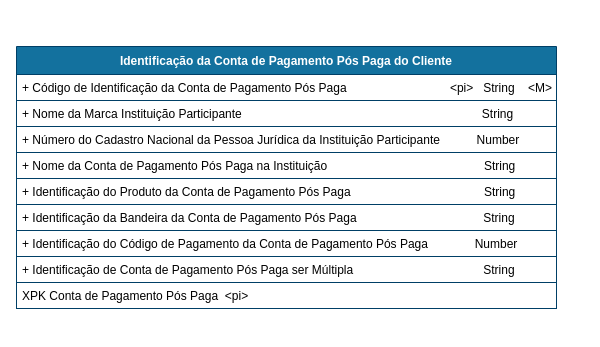
Before: draw_io_diagrams/credit_cards/DER_CreditCardAccount_Identification.drawio in OpenBanking-Brasil/areadesenvolvedor, a draw.io diagram. Source tidied: cells renumbered, new cells numbered last; positions are measured from the earlier drawing's top-left corner, leaving out a move shared by most shapes. Both pictures are drawn from the tidied source at 100%, with x=0, y=0 at pixel (16, 46).
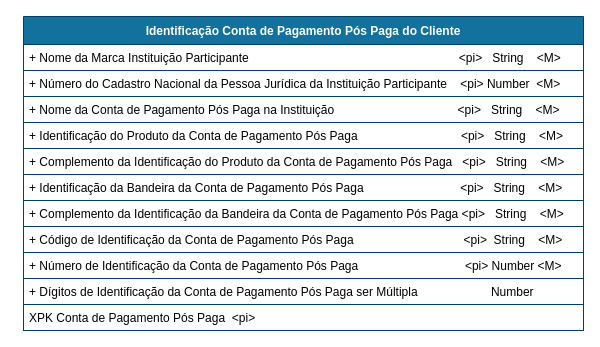
Above is the later version.

The edit, as a diff of the source:
```diff
@@
 <mxGraphModel>
   <root>
     <mxCell id="0" />
     <mxCell id="1" parent="0" />
-    <mxCell id="2" value="Identificação da Conta de Pagamento Pós Paga do Cliente" style="swimlane;fontStyle=1;horizontal=1;startSize=28;rounded=0;shadow=0;comic=0;sketch=0;align=center;html=0;fillColor=#13719E;strokeColor=#003F66;fontColor=#FFFFFF;" parent="1" vertex="1">
-      <mxGeometry width="540" height="262" as="geometry" />
-    </mxCell>
-    <mxCell id="3" value="+ Código de Identificação da Conta de Pagamento Pós Paga                               &lt;pi&gt;   String    &lt;M&gt;" style="text;fillColor=none;align=left;verticalAlign=top;spacingLeft=4;spacingRight=4;overflow=hidden;strokeColor=#003F66;" parent="2" vertex="1">
-      <mxGeometry y="28" width="540" height="26" as="geometry" />
-    </mxCell>
+    <mxCell id="12" value="Identificação Conta de Pagamento Pós Paga do Cliente" style="swimlane;fontStyle=1;horizontal=1;startSize=28;rounded=0;shadow=0;comic=0;sketch=0;align=center;html=0;fillColor=#13719E;strokeColor=#003F66;fontColor=#FFFFFF;" parent="1" vertex="1">
+      <mxGeometry x="7" y="-30" width="560" height="314" as="geometry" />
+    </mxCell>
-    <mxCell id="4" value="+ Nome da Marca Instituição Participante                                                                        String    " style="text;fillColor=none;align=left;verticalAlign=top;spacingLeft=4;spacingRight=4;overflow=hidden;strokeColor=#003F66;" parent="2" vertex="1">
-      <mxGeometry y="54" width="540" height="26" as="geometry" />
+    <mxCell id="4" value="+ Nome da Marca Instituição Participante                                                               &lt;pi&gt;   String    &lt;M&gt;    " style="text;fillColor=none;align=left;verticalAlign=top;spacingLeft=4;spacingRight=4;overflow=hidden;strokeColor=#003F66;" parent="12" vertex="1">
+      <mxGeometry y="28" width="560" height="26" as="geometry" />
     </mxCell>
-    <mxCell id="5" value="+ Número do Cadastro Nacional da Pessoa Jurídica da Instituição Participante           Number  " style="text;fillColor=none;align=left;verticalAlign=top;spacingLeft=4;spacingRight=4;overflow=hidden;strokeColor=#003F66;" parent="2" vertex="1">
-      <mxGeometry y="80" width="540" height="26" as="geometry" />
+    <mxCell id="5" value="+ Número do Cadastro Nacional da Pessoa Jurídica da Instituição Participante    &lt;pi&gt; Number  &lt;M&gt;  " style="text;fillColor=none;align=left;verticalAlign=top;spacingLeft=4;spacingRight=4;overflow=hidden;strokeColor=#003F66;" parent="12" vertex="1">
+      <mxGeometry y="54" width="560" height="26" as="geometry" />
     </mxCell>
-    <mxCell id="6" value="+ Nome da Conta de Pagamento Pós Paga na Instituição                                               String     " style="text;fillColor=none;align=left;verticalAlign=top;spacingLeft=4;spacingRight=4;overflow=hidden;strokeColor=#003F66;" parent="2" vertex="1">
-      <mxGeometry y="106" width="540" height="26" as="geometry" />
+    <mxCell id="6" value="+ Nome da Conta de Pagamento Pós Paga na Instituição                                     &lt;pi&gt;   String    &lt;M&gt;     " style="text;fillColor=none;align=left;verticalAlign=top;spacingLeft=4;spacingRight=4;overflow=hidden;strokeColor=#003F66;" parent="12" vertex="1">
+      <mxGeometry y="80" width="560" height="26" as="geometry" />
     </mxCell>
-    <mxCell id="7" value="+ Identificação do Produto da Conta de Pagamento Pós Paga                                        String   " style="text;fillColor=none;align=left;verticalAlign=top;spacingLeft=4;spacingRight=4;overflow=hidden;strokeColor=#003F66;" parent="2" vertex="1">
-      <mxGeometry y="132" width="540" height="26" as="geometry" />
+    <mxCell id="7" value="+ Identificação do Produto da Conta de Pagamento Pós Paga                               &lt;pi&gt;   String    &lt;M&gt;   " style="text;fillColor=none;align=left;verticalAlign=top;spacingLeft=4;spacingRight=4;overflow=hidden;strokeColor=#003F66;" parent="12" vertex="1">
+      <mxGeometry y="106" width="560" height="26" as="geometry" />
     </mxCell>
+    <mxCell id="13" value="+ Complemento da Identificação do Produto da Conta de Pagamento Pós Paga   &lt;pi&gt;   String    &lt;M&gt;  " style="text;fillColor=none;align=left;verticalAlign=top;spacingLeft=4;spacingRight=4;overflow=hidden;strokeColor=#003F66;" parent="12" vertex="1">
+      <mxGeometry y="132" width="560" height="26" as="geometry" />
+    </mxCell>
-    <mxCell id="8" value="+ Identificação da Bandeira da Conta de Pagamento Pós Paga                                      String " style="text;fillColor=none;align=left;verticalAlign=top;spacingLeft=4;spacingRight=4;overflow=hidden;strokeColor=#003F66;" parent="2" vertex="1">
-      <mxGeometry y="158" width="540" height="26" as="geometry" />
+    <mxCell id="8" value="+ Identificação da Bandeira da Conta de Pagamento Pós Paga                             &lt;pi&gt;   String    &lt;M&gt; " style="text;fillColor=none;align=left;verticalAlign=top;spacingLeft=4;spacingRight=4;overflow=hidden;strokeColor=#003F66;" parent="12" vertex="1">
+      <mxGeometry y="158" width="560" height="26" as="geometry" />
     </mxCell>
-    <mxCell id="9" value="+ Identificação do Código de Pagamento da Conta de Pagamento Pós Paga              Number     " style="text;fillColor=none;align=left;verticalAlign=top;spacingLeft=4;spacingRight=4;overflow=hidden;strokeColor=#003F66;" parent="2" vertex="1">
-      <mxGeometry y="184" width="540" height="26" as="geometry" />
-    </mxCell>
-    <mxCell id="10" value="+ Identificação de Conta de Pagamento Pós Paga ser Múltipla                                       String     " style="text;fillColor=none;align=left;verticalAlign=top;spacingLeft=4;spacingRight=4;overflow=hidden;strokeColor=#003F66;" parent="2" vertex="1">
-      <mxGeometry y="210" width="540" height="26" as="geometry" />
-    </mxCell>
+    <mxCell id="14" value="+ Complemento da Identificação da Bandeira da Conta de Pagamento Pós Paga &lt;pi&gt;   String    &lt;M&gt;" style="text;fillColor=none;align=left;verticalAlign=top;spacingLeft=4;spacingRight=4;overflow=hidden;strokeColor=#003F66;" parent="12" vertex="1">
+      <mxGeometry y="184" width="560" height="26" as="geometry" />
+    </mxCell>
+    <mxCell id="3" value="+ Código de Identificação da Conta de Pagamento Pós Paga                                 &lt;pi&gt;  String    &lt;M&gt;" style="text;fillColor=none;align=left;verticalAlign=top;spacingLeft=4;spacingRight=4;overflow=hidden;strokeColor=#003F66;" parent="12" vertex="1">
+      <mxGeometry y="210" width="560" height="26" as="geometry" />
+    </mxCell>
+    <mxCell id="15" value="+ Número de Identificação da Conta de Pagamento Pós Paga                                &lt;pi&gt; Number &lt;M&gt;" style="text;fillColor=none;align=left;verticalAlign=top;spacingLeft=4;spacingRight=4;overflow=hidden;strokeColor=#003F66;" parent="12" vertex="1">
+      <mxGeometry y="236" width="560" height="26" as="geometry" />
+    </mxCell>
+    <mxCell id="16" value="+ Dígitos de Identificação da Conta de Pagamento Pós Paga ser Múltipla                      Number   " style="text;fillColor=none;align=left;verticalAlign=top;spacingLeft=4;spacingRight=4;overflow=hidden;strokeColor=#003F66;" parent="12" vertex="1">
+      <mxGeometry y="262" width="560" height="26" as="geometry" />
+    </mxCell>
-    <mxCell id="11" value="XPK Conta de Pagamento Pós Paga  &lt;pi&gt;" style="text;fillColor=none;align=left;verticalAlign=top;spacingLeft=4;spacingRight=4;overflow=hidden;strokeColor=#003F66;" parent="2" vertex="1">
-      <mxGeometry y="236" width="540" height="26" as="geometry" />
+    <mxCell id="11" value="XPK Conta de Pagamento Pós Paga  &lt;pi&gt;" style="text;fillColor=none;align=left;verticalAlign=top;spacingLeft=4;spacingRight=4;overflow=hidden;strokeColor=#003F66;" parent="12" vertex="1">
+      <mxGeometry y="288" width="560" height="26" as="geometry" />
     </mxCell>
   </root>
 </mxGraphModel>
```
